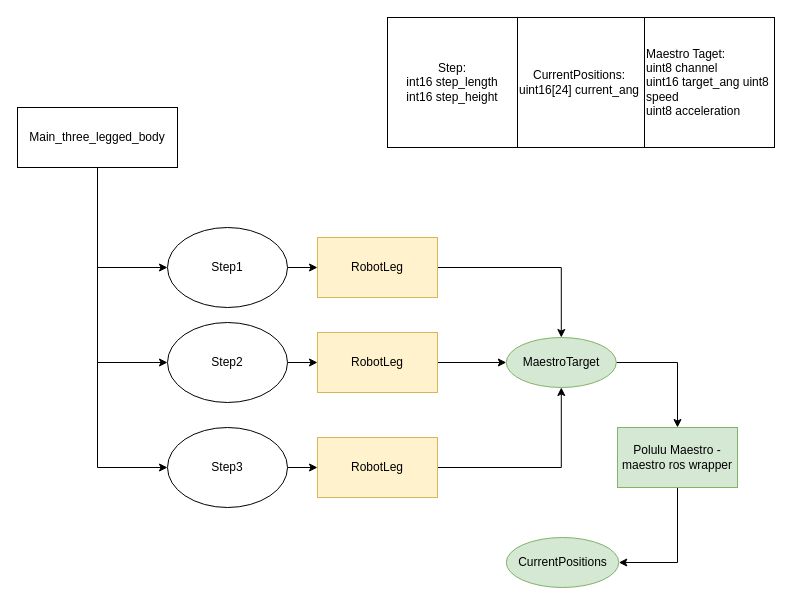
Above: app_ros_graph.drawio in eSqadron/Zebulon05 (draw.io), before the change. Source tidied: cells renumbered, new cells numbered last; positions are measured from the earlier drawing's top-left corner, leaving out a move shared by most shapes. Both pictures are drawn from the tidied source at 100%, with x=0, y=0 at pixel (17, 17).
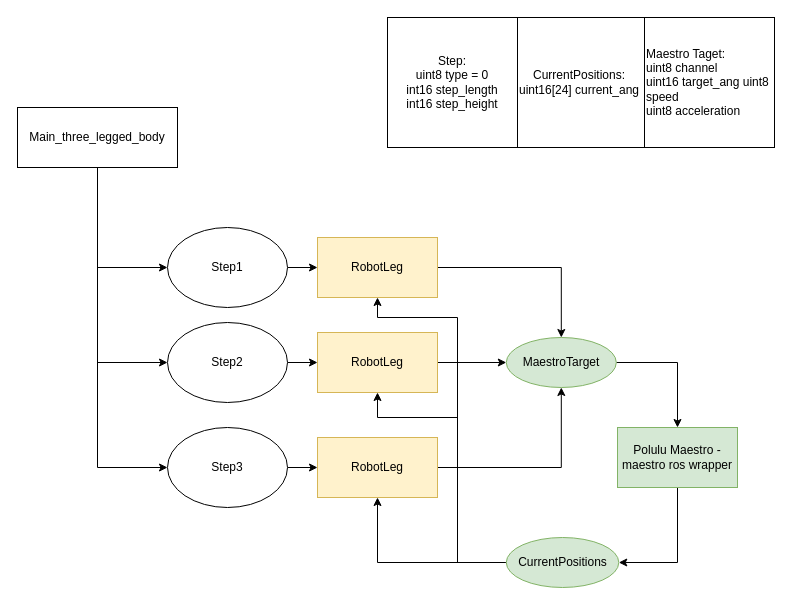
Above is the later version.

Commit message (it also covers changes not shown here):
Step message

The change refers to these unchanged cells:
```xml
<mxCell id="6" value="CurrentPositions" style="ellipse;whiteSpace=wrap;html=1;fillColor=#d5e8d4;strokeColor=#82b366;" parent="1" vertex="1">
  <mxGeometry x="488.8" y="520" width="112.5" height="50" as="geometry" />
</mxCell>
<mxCell id="10" value="RobotLeg" style="rounded=0;whiteSpace=wrap;html=1;fillColor=#fff2cc;strokeColor=#d6b656;" parent="1" vertex="1">
  <mxGeometry x="300" y="220" width="120" height="60" as="geometry" />
</mxCell>
<mxCell id="14" value="RobotLeg" style="rounded=0;whiteSpace=wrap;html=1;fillColor=#fff2cc;strokeColor=#d6b656;" parent="1" vertex="1">
  <mxGeometry x="300" y="315" width="120" height="60" as="geometry" />
</mxCell>
<mxCell id="18" value="RobotLeg" style="rounded=0;whiteSpace=wrap;html=1;fillColor=#fff2cc;strokeColor=#d6b656;" parent="1" vertex="1">
  <mxGeometry x="300" y="420" width="120" height="60" as="geometry" />
</mxCell>
```

Diff of the diagram source:
```diff
@@
+    <mxCell id="26" style="edgeStyle=orthogonalEdgeStyle;rounded=0;jettySize=auto;html=1;entryX=0.5;entryY=1;entryDx=0;entryDy=0;" parent="1" edge="1" source="6" target="10">
+      <mxGeometry relative="1" as="geometry">
+        <Array as="points">
+          <mxPoint x="440" y="545" />
+          <mxPoint x="440" y="300" />
+          <mxPoint x="360" y="300" />
+        </Array>
+      </mxGeometry>
+    </mxCell>
+    <mxCell id="27" style="edgeStyle=orthogonalEdgeStyle;rounded=0;jettySize=auto;html=1;entryX=0.5;entryY=1;entryDx=0;entryDy=0;" parent="1" edge="1" source="6" target="14">
+      <mxGeometry relative="1" as="geometry">
+        <Array as="points">
+          <mxPoint x="440" y="545" />
+          <mxPoint x="440" y="400" />
+          <mxPoint x="360" y="400" />
+        </Array>
+      </mxGeometry>
+    </mxCell>
+    <mxCell id="28" style="edgeStyle=orthogonalEdgeStyle;rounded=0;jettySize=auto;html=1;entryX=0.5;entryY=1;entryDx=0;entryDy=0;" parent="1" edge="1" source="6" target="18">
+      <mxGeometry relative="1" as="geometry" />
+    </mxCell>
@@
-    <mxCell id="25" value="Step:&lt;br&gt;int16 step_length&lt;br&gt;int16 step_height" style="whiteSpace=wrap;html=1;" parent="1" vertex="1">
+    <mxCell id="25" value="Step:&lt;br&gt;uint8 type = 0&lt;br&gt;int16 step_length&lt;br&gt;int16 step_height" style="whiteSpace=wrap;html=1;" parent="1" vertex="1">
       <mxGeometry x="370" width="130" height="130" as="geometry" />
     </mxCell>
```
